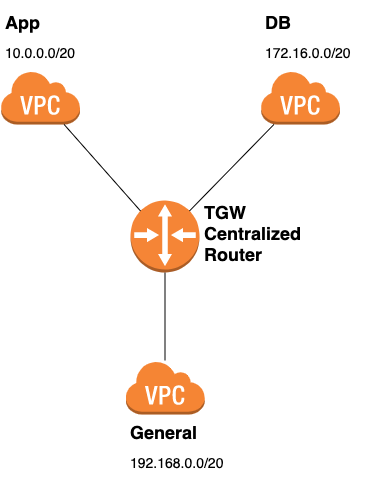
Above: img/tnt.png in JudeQuintana/judequintana.github.io (draw.io), before the change. Source tidied: cells renumbered, new cells last; positions are measured from the earlier drawing's top-left corner, leaving out a move shared by most shapes.
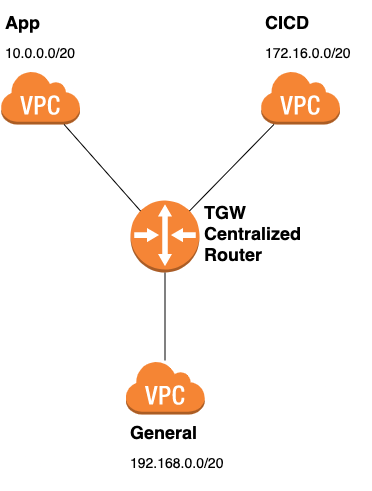
Above is the later version.

The edit, as a diff of the source:
```diff
@@ -29,7 +29,7 @@
     <mxCell id="10" value="&lt;h1 style=&quot;font-size: 18px&quot;&gt;App&lt;/h1&gt;&lt;p&gt;&lt;font style=&quot;font-size: 14px&quot;&gt;10.0.0.0/20&lt;/font&gt;&lt;/p&gt;" style="text;html=1;strokeColor=none;fillColor=none;spacing=5;spacingTop=-20;whiteSpace=wrap;overflow=hidden;rounded=0;" parent="1" vertex="1">
       <mxGeometry width="111" height="70" as="geometry" />
     </mxCell>
-    <mxCell id="11" value="&lt;h1 style=&quot;font-size: 18px&quot;&gt;DB&lt;/h1&gt;&lt;p&gt;&lt;font style=&quot;font-size: 14px&quot;&gt;172.16.0.0/20&lt;/font&gt;&lt;/p&gt;" style="text;html=1;strokeColor=none;fillColor=none;spacing=5;spacingTop=-20;whiteSpace=wrap;overflow=hidden;rounded=0;" parent="1" vertex="1">
+    <mxCell id="11" value="&lt;h1 style=&quot;font-size: 18px&quot;&gt;CICD&lt;/h1&gt;&lt;p&gt;&lt;font style=&quot;font-size: 14px&quot;&gt;172.16.0.0/20&lt;/font&gt;&lt;/p&gt;" style="text;html=1;strokeColor=none;fillColor=none;spacing=5;spacingTop=-20;whiteSpace=wrap;overflow=hidden;rounded=0;" parent="1" vertex="1">
       <mxGeometry x="260" width="111" height="70" as="geometry" />
     </mxCell>
     <mxCell id="12" value="&lt;h1 style=&quot;font-size: 18px&quot;&gt;TGW Centralized Router&lt;/h1&gt;" style="text;html=1;strokeColor=none;fillColor=none;spacing=5;spacingTop=-20;whiteSpace=wrap;overflow=hidden;rounded=0;" parent="1" vertex="1">
```
